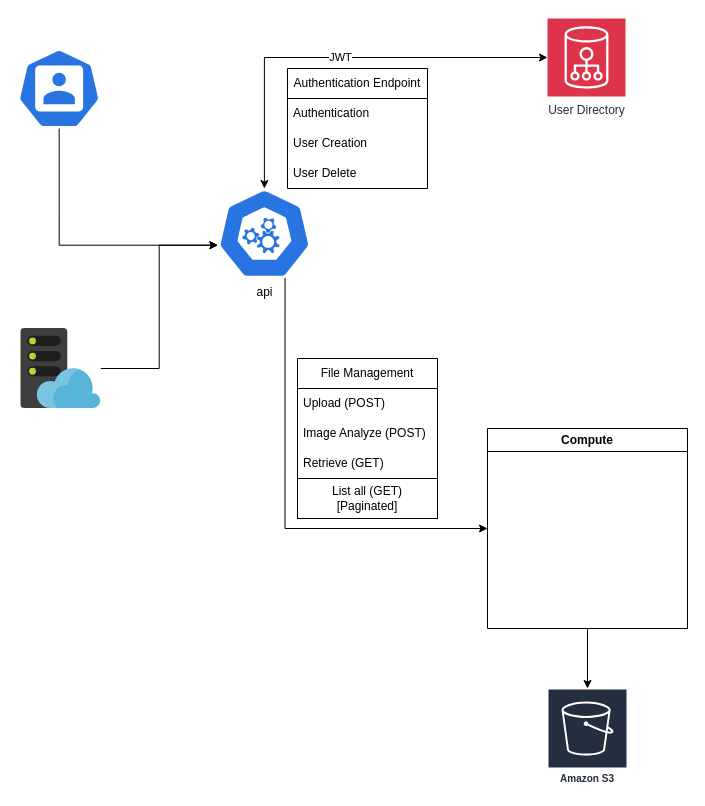
Earlier version of the draw.io diagram fitty_api.drawio (jstoveld/fitty). Source tidied: cells renumbered, new cells numbered last; positions are measured from the earlier drawing's top-left corner, leaving out a move shared by most shapes. Both pictures are drawn from the tidied source at 100%, with x=0, y=0 at pixel (17, 18).
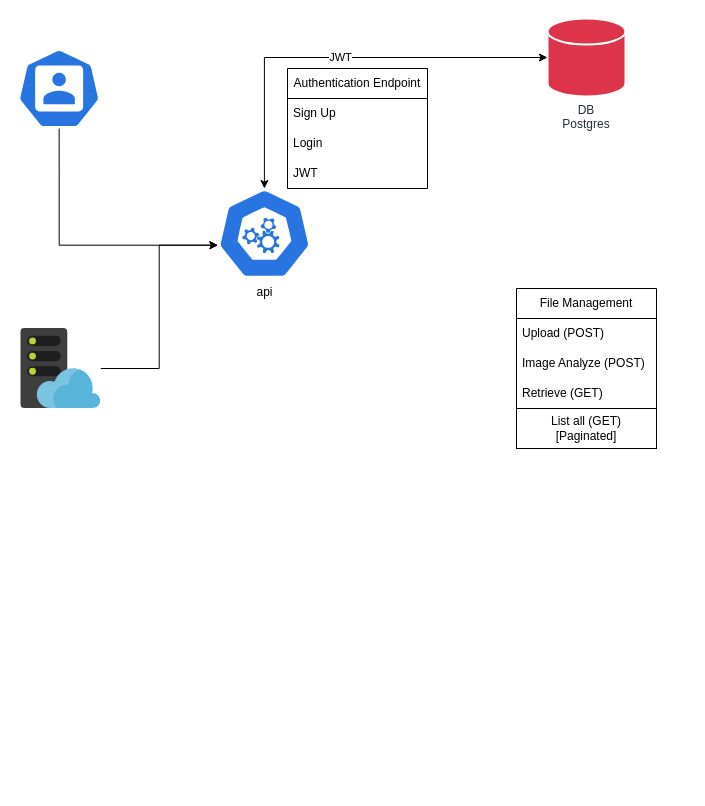
Above is the later version.

Unchanged cells that the change refers to:
```xml
<mxCell id="4" value="api" style="sketch=0;html=1;dashed=0;whitespace=wrap;verticalLabelPosition=bottom;verticalAlign=top;fillColor=#2875E2;strokeColor=#ffffff;points=[[0.005,0.63,0],[0.1,0.2,0],[0.9,0.2,0],[0.5,0,0],[0.995,0.63,0],[0.72,0.99,0],[0.5,1,0],[0.28,0.99,0]];shape=mxgraph.kubernetes.icon2;prIcon=api;" parent="1" vertex="1">
  <mxGeometry x="200" y="170" width="93.8" height="90" as="geometry" />
</mxCell>
<mxCell id="13" value="Authentication Endpoint" style="swimlane;fontStyle=0;horizontal=1;startSize=30;whiteSpace=wrap;html=1;" parent="1" vertex="1">
  <mxGeometry x="270" y="50" width="140" height="120" as="geometry" />
</mxCell>
```

The edit, as a diff of the source:
```diff
@@
-    <mxCell id="2" value="Amazon S3" style="sketch=0;outlineConnect=0;fontColor=#232F3E;gradientColor=none;strokeColor=#ffffff;fillColor=#232F3E;dashed=0;verticalLabelPosition=middle;verticalAlign=bottom;align=center;html=1;whiteSpace=wrap;fontSize=10;fontStyle=1;spacing=3;shape=mxgraph.aws4.productIcon;prIcon=mxgraph.aws4.s3;" parent="1" vertex="1">
-      <mxGeometry x="530" y="670" width="80" height="100" as="geometry" />
-    </mxCell>
-    <mxCell id="3" style="edgeStyle=orthogonalEdgeStyle;rounded=0;jettySize=auto;html=1;exitX=0.72;exitY=0.99;exitDx=0;exitDy=0;exitPerimeter=0;entryX=0;entryY=0.5;entryDx=0;entryDy=0;" parent="1" edge="1" source="4" target="12">
-      <mxGeometry relative="1" as="geometry" />
-    </mxCell>
@@
-    <mxCell id="9" value="User Directory" style="sketch=0;points=[[0,0,0],[0.25,0,0],[0.5,0,0],[0.75,0,0],[1,0,0],[0,1,0],[0.25,1,0],[0.5,1,0],[0.75,1,0],[1,1,0],[0,0.25,0],[0,0.5,0],[0,0.75,0],[1,0.25,0],[1,0.5,0],[1,0.75,0]];outlineConnect=0;fontColor=#232F3E;fillColor=#DD344C;strokeColor=#ffffff;dashed=0;verticalLabelPosition=bottom;verticalAlign=top;align=center;html=1;fontSize=12;fontStyle=0;shape=mxgraph.aws4.resourceIcon;resIcon=mxgraph.aws4.cloud_directory;" parent="1" vertex="1">
+    <mxCell id="9" value="DB&lt;div&gt;Postgres&lt;/div&gt;" style="sketch=0;outlineConnect=0;fontColor=#232F3E;fillColor=#DD344C;strokeColor=#ffffff;dashed=0;verticalLabelPosition=bottom;verticalAlign=top;align=center;html=1;fontSize=12;fontStyle=0;shape=mxgraph.flowchart.database;resIcon=mxgraph.aws4.cloud_directory;strokeWidth=2;whiteSpace=wrap;" parent="1" vertex="1">
       <mxGeometry x="530" width="78" height="78" as="geometry" />
     </mxCell>
@@
-    <mxCell id="11" style="edgeStyle=orthogonalEdgeStyle;rounded=0;jettySize=auto;html=1;exitX=0.5;exitY=1;exitDx=0;exitDy=0;" parent="1" edge="1" source="12" target="2">
-      <mxGeometry relative="1" as="geometry" />
-    </mxCell>
-    <mxCell id="12" value="Compute" style="swimlane;whiteSpace=wrap;html=1;" parent="1" vertex="1">
-      <mxGeometry x="470" y="410" width="200" height="200" as="geometry" />
-    </mxCell>
@@
-    <mxCell id="14" value="Authentication" style="text;strokeColor=none;fillColor=none;align=left;verticalAlign=middle;spacingLeft=4;spacingRight=4;overflow=hidden;whiteSpace=wrap;html=1;" parent="13" vertex="1">
+    <mxCell id="14" value="Sign Up" style="text;strokeColor=none;fillColor=none;align=left;verticalAlign=middle;spacingLeft=4;spacingRight=4;overflow=hidden;whiteSpace=wrap;html=1;" parent="13" vertex="1">
       <mxGeometry y="30" width="140" height="30" as="geometry" />
     </mxCell>
-    <mxCell id="15" value="User Creation" style="text;strokeColor=none;fillColor=none;align=left;verticalAlign=middle;spacingLeft=4;spacingRight=4;overflow=hidden;whiteSpace=wrap;html=1;" parent="13" vertex="1">
+    <mxCell id="15" value="Login" style="text;strokeColor=none;fillColor=none;align=left;verticalAlign=middle;spacingLeft=4;spacingRight=4;overflow=hidden;whiteSpace=wrap;html=1;" parent="13" vertex="1">
       <mxGeometry y="60" width="140" height="30" as="geometry" />
     </mxCell>
-    <mxCell id="16" value="User Delete" style="text;strokeColor=none;fillColor=none;align=left;verticalAlign=middle;spacingLeft=4;spacingRight=4;overflow=hidden;whiteSpace=wrap;html=1;" parent="13" vertex="1">
+    <mxCell id="16" value="JWT" style="text;strokeColor=none;fillColor=none;align=left;verticalAlign=middle;spacingLeft=4;spacingRight=4;overflow=hidden;whiteSpace=wrap;html=1;" parent="13" vertex="1">
       <mxGeometry y="90" width="140" height="30" as="geometry" />
     </mxCell>
     <mxCell id="17" value="File Management" style="swimlane;fontStyle=0;horizontal=1;startSize=30;whiteSpace=wrap;html=1;" parent="1" vertex="1">
-      <mxGeometry x="280" y="340" width="140" height="120" as="geometry" />
+      <mxGeometry x="499" y="270" width="140" height="120" as="geometry" />
     </mxCell>
@@
     <mxCell id="21" value="List all (GET)&lt;div&gt;[Paginated]&lt;/div&gt;" style="rounded=0;whiteSpace=wrap;html=1;" parent="1" vertex="1">
-      <mxGeometry x="280" y="460" width="140" height="40" as="geometry" />
+      <mxGeometry x="499" y="390" width="140" height="40" as="geometry" />
     </mxCell>
```
